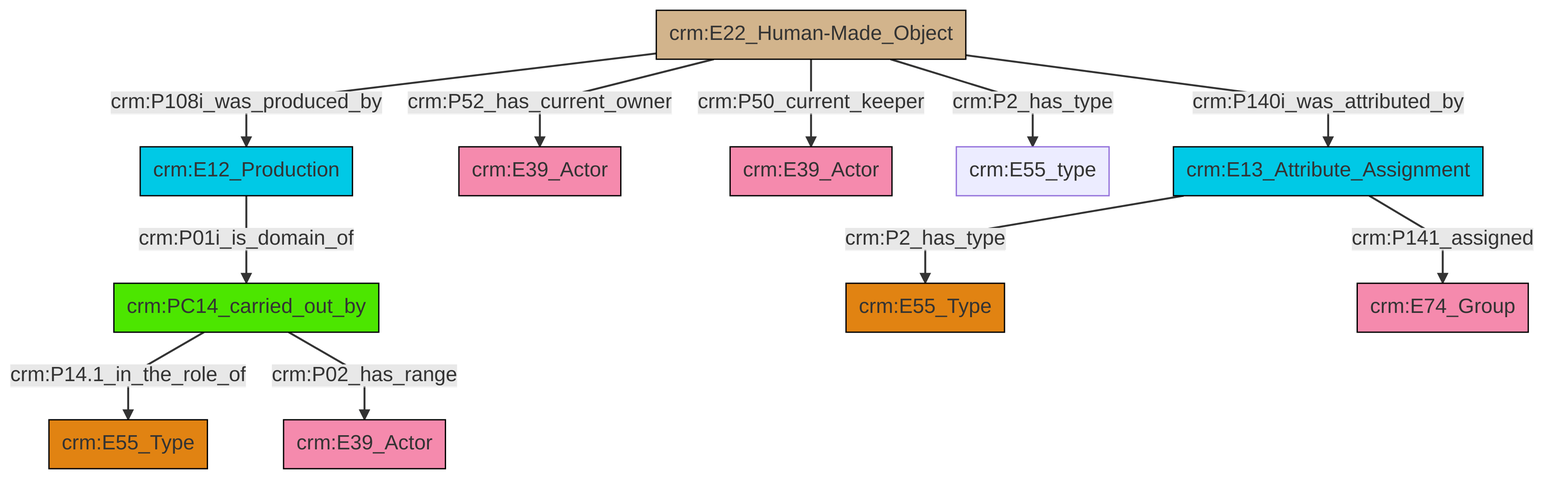
The Mermaid diagram et/artworkCSV/ttl/mmd/png/Artwork_Actor_Relations.png in swiss-art-research-net/docs.swissartresearch, before a commit. Its source is kept beside it as et/artworkCSV/ttl/mmd/Artwork_Actor_Relations.ttl.mmd.
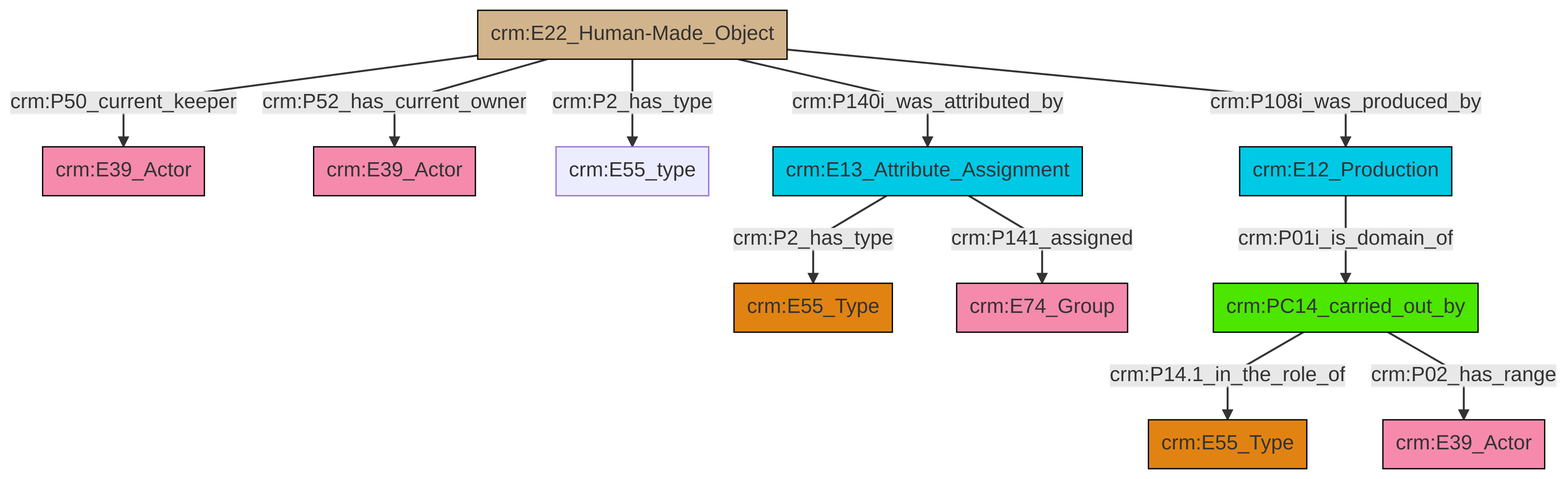
Above is the later version.

The edit, as a diff of the source:
```diff
@@ -13,13 +13,13 @@
 classDef PC_Classes fill:#4ce600, stroke:#000000;
 classDef Multi fill:#cccccc,stroke:#000000;
 
-0["crm:E22_Human-Made_Object"]:::Physical_Thing -->|crm:P108i_was_produced_by| 1["crm:E12_Production"]:::Temporal_Entity
-1["crm:E12_Production"]:::Temporal_Entity -->|crm:P01i_is_domain_of| 3["crm:PC14_carried_out_by"]:::PC_Classes
-0["crm:E22_Human-Made_Object"]:::Physical_Thing -->|crm:P2_has_type| 14["crm:E55_type"]:::Default
-0["crm:E22_Human-Made_Object"]:::Physical_Thing -->|crm:P52_has_current_owner| 8["crm:E39_Actor"]:::Actor
-3["crm:PC14_carried_out_by"]:::PC_Classes -->|crm:P14.1_in_the_role_of| 6["crm:E55_Type"]:::Type
-0["crm:E22_Human-Made_Object"]:::Physical_Thing -->|crm:P50_current_keeper| 12["crm:E39_Actor"]:::Actor
-16["crm:E13_Attribute_Assignment"]:::Temporal_Entity -->|crm:P2_has_type| 4["crm:E55_Type"]:::Type
-16["crm:E13_Attribute_Assignment"]:::Temporal_Entity -->|crm:P141_assigned| 19["crm:E74_Group"]:::Actor
-0["crm:E22_Human-Made_Object"]:::Physical_Thing -->|crm:P140i_was_attributed_by| 16["crm:E13_Attribute_Assignment"]:::Temporal_Entity
-3["crm:PC14_carried_out_by"]:::PC_Classes -->|crm:P02_has_range| 10["crm:E39_Actor"]:::Actor
+0["crm:E13_Attribute_Assignment"]:::Temporal_Entity -->|crm:P2_has_type| 1["crm:E55_Type"]:::Type
+8["crm:E22_Human-Made_Object"]:::Physical_Thing -->|crm:P50_current_keeper| 10["crm:E39_Actor"]:::Actor
+8["crm:E22_Human-Made_Object"]:::Physical_Thing -->|crm:P52_has_current_owner| 11["crm:E39_Actor"]:::Actor
+12["crm:PC14_carried_out_by"]:::PC_Classes -->|crm:P14.1_in_the_role_of| 13["crm:E55_Type"]:::Type
+8["crm:E22_Human-Made_Object"]:::Physical_Thing -->|crm:P2_has_type| 6["crm:E55_type"]:::Default
+8["crm:E22_Human-Made_Object"]:::Physical_Thing -->|crm:P140i_was_attributed_by| 0["crm:E13_Attribute_Assignment"]:::Temporal_Entity
+8["crm:E22_Human-Made_Object"]:::Physical_Thing -->|crm:P108i_was_produced_by| 3["crm:E12_Production"]:::Temporal_Entity
+0["crm:E13_Attribute_Assignment"]:::Temporal_Entity -->|crm:P141_assigned| 18["crm:E74_Group"]:::Actor
+3["crm:E12_Production"]:::Temporal_Entity -->|crm:P01i_is_domain_of| 12["crm:PC14_carried_out_by"]:::PC_Classes
+12["crm:PC14_carried_out_by"]:::PC_Classes -->|crm:P02_has_range| 16["crm:E39_Actor"]:::Actor
```
